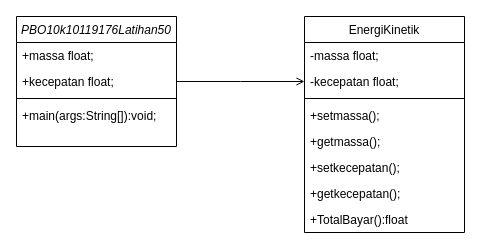
The draw.io diagram Latihan50.drawio in muhammadfauzanfadhlulbarr/PBO10K-10119176-Latihan-50-Energi-Kinetik, before the edit. Source tidied: cells renumbered, new cells numbered last; positions are measured from the earlier drawing's top-left corner, leaving out a move shared by most shapes. Both pictures are drawn from the tidied source at 100%, with x=0, y=0 at pixel (16, 16).
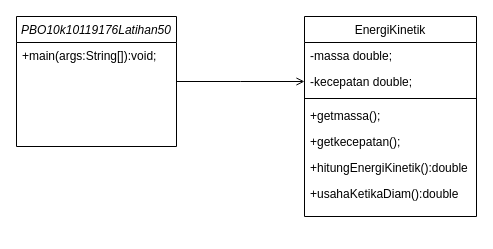
The same page after the edit.

The edit, as a diff of the source:
```diff
@@
 <mxGraphModel>
   <root>
     <mxCell id="0" />
     <mxCell id="1" parent="0" />
     <mxCell id="2" value="PBO10k10119176Latihan50" style="swimlane;fontStyle=2;align=center;verticalAlign=top;horizontal=1;startSize=26;rounded=0;shadow=0;strokeWidth=1;" parent="1" vertex="1">
       <mxGeometry width="160" height="130" as="geometry" />
     </mxCell>
-    <mxCell id="3" value="+massa float;" style="text;align=left;verticalAlign=top;spacingLeft=4;spacingRight=4;overflow=hidden;rounded=0;shadow=0;html=0;" parent="2" vertex="1">
-      <mxGeometry y="26" width="160" height="26" as="geometry" />
-    </mxCell>
-    <mxCell id="4" value="+kecepatan float;" style="text;align=left;verticalAlign=top;spacingLeft=4;spacingRight=4;overflow=hidden;rounded=0;shadow=0;html=0;" parent="2" vertex="1">
-      <mxGeometry y="52" width="160" height="26" as="geometry" />
-    </mxCell>
-    <mxCell id="5" style="line;html=1;strokeWidth=1;align=left;verticalAlign=middle;spacingTop=-1;spacingLeft=3;spacingRight=3;labelPosition=right;" parent="2" vertex="1">
-      <mxGeometry y="78" width="160" height="8" as="geometry" />
-    </mxCell>
     <mxCell id="6" value="+main(args:String[]):void;&#10;" style="text;align=left;verticalAlign=top;spacingLeft=4;spacingRight=4;overflow=hidden;" parent="2" vertex="1">
-      <mxGeometry y="86" width="160" height="26" as="geometry" />
+      <mxGeometry y="26" width="160" height="26" as="geometry" />
     </mxCell>
     <mxCell id="7" value="EnergiKinetik" style="swimlane;fontStyle=0;align=center;verticalAlign=top;horizontal=1;startSize=26;rounded=0;shadow=0;strokeWidth=1;" parent="1" vertex="1">
-      <mxGeometry x="288" width="160" height="216" as="geometry" />
+      <mxGeometry x="288" width="172" height="200" as="geometry" />
     </mxCell>
-    <mxCell id="8" value="-massa float;" style="text;align=left;verticalAlign=top;spacingLeft=4;spacingRight=4;overflow=hidden;rounded=0;shadow=0;html=0;" parent="7" vertex="1">
-      <mxGeometry y="26" width="160" height="26" as="geometry" />
+    <mxCell id="8" value="-massa double;" style="text;align=left;verticalAlign=top;spacingLeft=4;spacingRight=4;overflow=hidden;rounded=0;shadow=0;html=0;" parent="7" vertex="1">
+      <mxGeometry y="26" width="172" height="26" as="geometry" />
     </mxCell>
-    <mxCell id="9" value="-kecepatan float;" style="text;align=left;verticalAlign=top;spacingLeft=4;spacingRight=4;overflow=hidden;rounded=0;shadow=0;html=0;" parent="7" vertex="1">
-      <mxGeometry y="52" width="160" height="26" as="geometry" />
+    <mxCell id="9" value="-kecepatan double;" style="text;align=left;verticalAlign=top;spacingLeft=4;spacingRight=4;overflow=hidden;rounded=0;shadow=0;html=0;" parent="7" vertex="1">
+      <mxGeometry y="52" width="172" height="26" as="geometry" />
     </mxCell>
     <mxCell id="10" style="line;html=1;strokeWidth=1;align=left;verticalAlign=middle;spacingTop=-1;spacingLeft=3;spacingRight=3;labelPosition=right;" parent="7" vertex="1">
-      <mxGeometry y="78" width="160" height="8" as="geometry" />
+      <mxGeometry y="78" width="172" height="8" as="geometry" />
     </mxCell>
-    <mxCell id="11" value="+setmassa();&#10;" style="text;align=left;verticalAlign=top;spacingLeft=4;spacingRight=4;overflow=hidden;" parent="7" vertex="1">
-      <mxGeometry y="86" width="160" height="26" as="geometry" />
-    </mxCell>
     <mxCell id="12" value="+getmassa();&#10;" style="text;align=left;verticalAlign=top;spacingLeft=4;spacingRight=4;overflow=hidden;" parent="7" vertex="1">
-      <mxGeometry y="112" width="160" height="26" as="geometry" />
+      <mxGeometry y="86" width="172" height="26" as="geometry" />
     </mxCell>
-    <mxCell id="13" value="+setkecepatan();&#10;" style="text;align=left;verticalAlign=top;spacingLeft=4;spacingRight=4;overflow=hidden;" parent="7" vertex="1">
-      <mxGeometry y="138" width="160" height="26" as="geometry" />
-    </mxCell>
     <mxCell id="14" value="+getkecepatan();&#10;" style="text;align=left;verticalAlign=top;spacingLeft=4;spacingRight=4;overflow=hidden;" parent="7" vertex="1">
-      <mxGeometry y="164" width="160" height="26" as="geometry" />
+      <mxGeometry y="112" width="172" height="26" as="geometry" />
     </mxCell>
-    <mxCell id="15" value="+TotalBayar():float" style="text;align=left;verticalAlign=top;spacingLeft=4;spacingRight=4;overflow=hidden;rounded=0;shadow=0;html=0;" parent="7" vertex="1">
-      <mxGeometry y="190" width="160" height="26" as="geometry" />
-    </mxCell>
+    <mxCell id="17" value="+hitungEnergiKinetik():double" style="text;align=left;verticalAlign=top;spacingLeft=4;spacingRight=4;overflow=hidden;rounded=0;shadow=0;html=0;" parent="7" vertex="1">
+      <mxGeometry y="138" width="172" height="26" as="geometry" />
+    </mxCell>
+    <mxCell id="18" value="+usahaKetikaDiam():double" style="text;align=left;verticalAlign=top;spacingLeft=4;spacingRight=4;overflow=hidden;rounded=0;shadow=0;html=0;" parent="7" vertex="1">
+      <mxGeometry y="164" width="172" height="26" as="geometry" />
+    </mxCell>
     <mxCell id="16" style="endArrow=open;shadow=0;strokeWidth=1;rounded=0;endFill=1;edgeStyle=elbowEdgeStyle;elbow=vertical;" parent="1" edge="1" source="2" target="7">
       <mxGeometry x="0.5" y="41" relative="1" as="geometry">
         <mxPoint x="-40" y="32" as="offset" />
       </mxGeometry>
     </mxCell>
   </root>
 </mxGraphModel>
```
